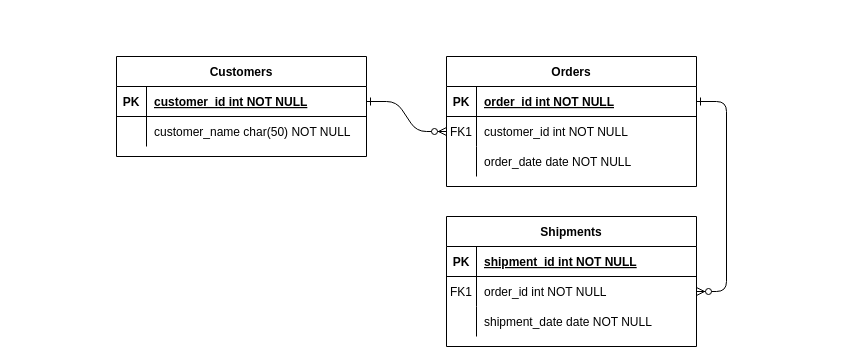
Before: Untitled Diagram.drawio in mkarkkainen/kyy, a draw.io diagram. Source tidied: cells renumbered, new cells numbered last; positions are measured from the earlier drawing's top-left corner, leaving out a move shared by most shapes. Both pictures are drawn from the tidied source at 100%, with x=0, y=0 at pixel (116, 56).
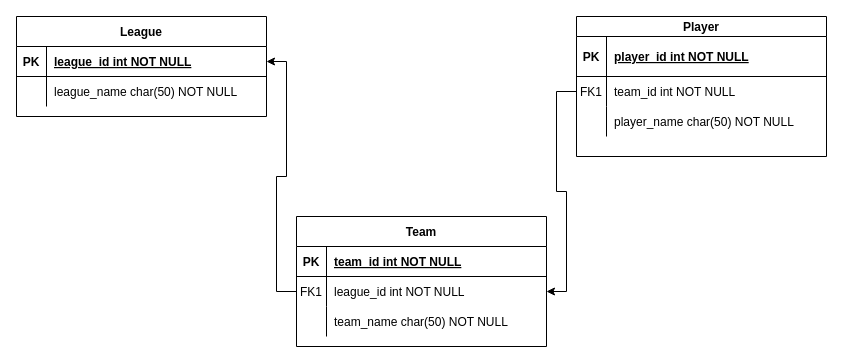
After the change.

The change refers to these unchanged cells:
```xml
<mxCell id="8" style="shape=partialRectangle;fillColor=none;points=[[0,0.5],[1,0.5]];portConstraint=eastwest;top=0;left=0;right=0;bottom=0;" parent="4" vertex="1">
  <mxGeometry y="60" width="250" height="30" as="geometry" />
</mxCell>
<mxCell id="11" style="shape=partialRectangle;fillColor=none;top=0;left=0;right=0;bottom=0;" parent="4" vertex="1">
  <mxGeometry y="90" width="250" height="30" as="geometry" />
</mxCell>
<mxCell id="15" style="shape=partialRectangle;fillColor=none;top=0;left=0;right=0;bottom=1;" parent="14" vertex="1">
  <mxGeometry y="30" width="250" height="30" as="geometry" />
</mxCell>
<mxCell id="18" style="shape=partialRectangle;fillColor=none;points=[[0,0.5],[1,0.5]];portConstraint=eastwest;top=0;left=0;right=0;bottom=0;" parent="14" vertex="1">
  <mxGeometry y="60" width="250" height="30" as="geometry" />
</mxCell>
<mxCell id="21" style="shape=partialRectangle;fillColor=none;top=0;left=0;right=0;bottom=0;" parent="14" vertex="1">
  <mxGeometry y="90" width="250" height="30" as="geometry" />
</mxCell>
```

The edit, as a diff of the source:
```diff
@@
-    <mxCell id="2" style="edgeStyle=entityRelationEdgeStyle;endArrow=ERzeroToMany;startArrow=ERone;endFill=1;startFill=0;" parent="1" edge="1" source="25" target="8">
-      <mxGeometry relative="1" as="geometry" />
-    </mxCell>
-    <mxCell id="3" style="edgeStyle=entityRelationEdgeStyle;endArrow=ERzeroToMany;startArrow=ERone;endFill=1;startFill=0;" parent="1" edge="1" source="5" target="18">
-      <mxGeometry relative="1" as="geometry" />
-    </mxCell>
-    <mxCell id="4" value="Orders" style="shape=table;startSize=30;childLayout=tableLayout;rowLines=0;fontStyle=1;align=center;" parent="1" vertex="1">
-      <mxGeometry x="330" width="250" height="130" as="geometry" />
+    <mxCell id="4" value="Player" style="shape=table;startSize=20;childLayout=tableLayout;rowLines=0;fontStyle=1;align=center;" parent="1" vertex="1">
+      <mxGeometry x="460" y="-40" width="250" height="140" as="geometry" />
     </mxCell>
     <mxCell id="5" style="shape=partialRectangle;fillColor=none;points=[[0,0.5],[1,0.5]];portConstraint=eastwest;top=0;left=0;right=0;bottom=1;" parent="4" vertex="1">
-      <mxGeometry y="30" width="250" height="30" as="geometry" />
+      <mxGeometry y="20" width="250" height="40" as="geometry" />
     </mxCell>
     <mxCell id="6" value="PK" style="shape=partialRectangle;overflow=hidden;fillColor=none;top=0;left=0;bottom=0;right=0;fontStyle=1;" parent="5" vertex="1">
-      <mxGeometry width="30" height="30" as="geometry" />
+      <mxGeometry width="30" height="40" as="geometry" />
     </mxCell>
-    <mxCell id="7" value="order_id int NOT NULL " style="shape=partialRectangle;overflow=hidden;fillColor=none;top=0;left=0;bottom=0;right=0;align=left;spacingLeft=6;fontStyle=5;" parent="5" vertex="1">
-      <mxGeometry x="30" width="220" height="30" as="geometry" />
+    <mxCell id="7" value="player_id int NOT NULL " style="shape=partialRectangle;overflow=hidden;fillColor=none;top=0;left=0;bottom=0;right=0;align=left;spacingLeft=6;fontStyle=5;" parent="5" vertex="1">
+      <mxGeometry x="30" width="220" height="40" as="geometry" />
     </mxCell>
@@
-    <mxCell id="10" value="customer_id int NOT NULL" style="shape=partialRectangle;overflow=hidden;fillColor=none;top=0;left=0;bottom=0;right=0;align=left;spacingLeft=6;" parent="8" vertex="1">
+    <mxCell id="10" value="team_id int NOT NULL" style="shape=partialRectangle;overflow=hidden;fillColor=none;top=0;left=0;bottom=0;right=0;align=left;spacingLeft=6;" parent="8" vertex="1">
       <mxGeometry x="30" width="220" height="30" as="geometry" />
     </mxCell>
@@
-    <mxCell id="13" value="order_date date NOT NULL" style="shape=partialRectangle;overflow=hidden;fillColor=none;top=0;left=0;bottom=0;right=0;align=left;spacingLeft=6;" parent="11" vertex="1">
+    <mxCell id="13" value="player_name char(50) NOT NULL" style="shape=partialRectangle;overflow=hidden;fillColor=none;top=0;left=0;bottom=0;right=0;align=left;spacingLeft=6;" parent="11" vertex="1">
       <mxGeometry x="30" width="220" height="30" as="geometry" />
     </mxCell>
+    <mxCell id="24" value="League" style="shape=table;startSize=30;childLayout=tableLayout;rowLines=0;fontStyle=1;align=center;" parent="1" vertex="1">
+      <mxGeometry x="-100" y="-40" width="250" height="100" as="geometry" />
+    </mxCell>
+    <mxCell id="25" style="shape=partialRectangle;fillColor=none;points=[[0,0.5],[1,0.5]];portConstraint=eastwest;top=0;left=0;right=0;bottom=1;" parent="24" vertex="1">
+      <mxGeometry y="30" width="250" height="30" as="geometry" />
+    </mxCell>
+    <mxCell id="26" value="PK" style="shape=partialRectangle;overflow=hidden;fillColor=none;top=0;left=0;bottom=0;right=0;fontStyle=1;" parent="25" vertex="1">
+      <mxGeometry width="30" height="30" as="geometry" />
+    </mxCell>
+    <mxCell id="27" value="league_id int NOT NULL " style="shape=partialRectangle;overflow=hidden;fillColor=none;top=0;left=0;bottom=0;right=0;align=left;spacingLeft=6;fontStyle=5;" parent="25" vertex="1">
+      <mxGeometry x="30" width="220" height="30" as="geometry" />
+    </mxCell>
+    <mxCell id="28" style="shape=partialRectangle;fillColor=none;top=0;left=0;right=0;bottom=0;" parent="24" vertex="1">
+      <mxGeometry y="60" width="250" height="30" as="geometry" />
+    </mxCell>
+    <mxCell id="29" style="shape=partialRectangle;overflow=hidden;fillColor=none;top=0;left=0;bottom=0;right=0;" parent="28" vertex="1">
+      <mxGeometry width="30" height="30" as="geometry" />
+    </mxCell>
+    <mxCell id="30" value="league_name char(50) NOT NULL" style="shape=partialRectangle;overflow=hidden;fillColor=none;top=0;left=0;bottom=0;right=0;align=left;spacingLeft=6;" parent="28" vertex="1">
+      <mxGeometry x="30" width="220" height="30" as="geometry" />
+    </mxCell>
+    <mxCell id="31" style="edgeStyle=orthogonalEdgeStyle;rounded=0;jettySize=auto;html=1;exitX=0;exitY=0.5;exitDx=0;exitDy=0;" parent="1" edge="1" source="8" target="18">
+      <mxGeometry relative="1" as="geometry" />
+    </mxCell>
+    <mxCell id="32" style="edgeStyle=orthogonalEdgeStyle;rounded=0;jettySize=auto;html=1;exitX=0;exitY=0.5;exitDx=0;exitDy=0;" parent="1" edge="1" source="18" target="25">
+      <mxGeometry relative="1" as="geometry" />
+    </mxCell>
-    <mxCell id="14" value="Shipments" style="shape=table;startSize=30;childLayout=tableLayout;rowLines=0;fontStyle=1;align=center;" parent="1" vertex="1">
-      <mxGeometry x="330" y="160" width="250" height="130" as="geometry" />
+    <mxCell id="14" value="Team" style="shape=table;startSize=30;childLayout=tableLayout;rowLines=0;fontStyle=1;align=center;" parent="1" vertex="1">
+      <mxGeometry x="180" y="160" width="250" height="130" as="geometry" />
     </mxCell>
@@
-    <mxCell id="17" value="shipment_id int NOT NULL " style="shape=partialRectangle;overflow=hidden;fillColor=none;top=0;left=0;bottom=0;right=0;align=left;spacingLeft=6;fontStyle=5;" parent="15" vertex="1">
+    <mxCell id="17" value="team_id int NOT NULL " style="shape=partialRectangle;overflow=hidden;fillColor=none;top=0;left=0;bottom=0;right=0;align=left;spacingLeft=6;fontStyle=5;" parent="15" vertex="1">
       <mxGeometry x="30" width="220" height="30" as="geometry" />
     </mxCell>
@@
-    <mxCell id="20" value="order_id int NOT NULL" style="shape=partialRectangle;overflow=hidden;fillColor=none;top=0;left=0;bottom=0;right=0;align=left;spacingLeft=6;" parent="18" vertex="1">
+    <mxCell id="20" value="league_id int NOT NULL" style="shape=partialRectangle;overflow=hidden;fillColor=none;top=0;left=0;bottom=0;right=0;align=left;spacingLeft=6;" parent="18" vertex="1">
       <mxGeometry x="30" width="220" height="30" as="geometry" />
     </mxCell>
@@
-    <mxCell id="23" value="shipment_date date NOT NULL" style="shape=partialRectangle;overflow=hidden;fillColor=none;top=0;left=0;bottom=0;right=0;align=left;spacingLeft=6;" parent="21" vertex="1">
+    <mxCell id="23" value="team_name char(50) NOT NULL" style="shape=partialRectangle;overflow=hidden;fillColor=none;top=0;left=0;bottom=0;right=0;align=left;spacingLeft=6;" parent="21" vertex="1">
       <mxGeometry x="30" width="220" height="30" as="geometry" />
     </mxCell>
-    <mxCell id="24" value="Customers" style="shape=table;startSize=30;childLayout=tableLayout;rowLines=0;fontStyle=1;align=center;" parent="1" vertex="1">
-      <mxGeometry width="250" height="100" as="geometry" />
-    </mxCell>
-    <mxCell id="25" style="shape=partialRectangle;fillColor=none;points=[[0,0.5],[1,0.5]];portConstraint=eastwest;top=0;left=0;right=0;bottom=1;" parent="24" vertex="1">
-      <mxGeometry y="30" width="250" height="30" as="geometry" />
-    </mxCell>
-    <mxCell id="26" value="PK" style="shape=partialRectangle;overflow=hidden;fillColor=none;top=0;left=0;bottom=0;right=0;fontStyle=1;" parent="25" vertex="1">
-      <mxGeometry width="30" height="30" as="geometry" />
-    </mxCell>
-    <mxCell id="27" value="customer_id int NOT NULL " style="shape=partialRectangle;overflow=hidden;fillColor=none;top=0;left=0;bottom=0;right=0;align=left;spacingLeft=6;fontStyle=5;" parent="25" vertex="1">
-      <mxGeometry x="30" width="220" height="30" as="geometry" />
-    </mxCell>
-    <mxCell id="28" style="shape=partialRectangle;fillColor=none;top=0;left=0;right=0;bottom=0;" parent="24" vertex="1">
-      <mxGeometry y="60" width="250" height="30" as="geometry" />
-    </mxCell>
-    <mxCell id="29" style="shape=partialRectangle;overflow=hidden;fillColor=none;top=0;left=0;bottom=0;right=0;" parent="28" vertex="1">
-      <mxGeometry width="30" height="30" as="geometry" />
-    </mxCell>
-    <mxCell id="30" value="customer_name char(50) NOT NULL" style="shape=partialRectangle;overflow=hidden;fillColor=none;top=0;left=0;bottom=0;right=0;align=left;spacingLeft=6;" parent="28" vertex="1">
-      <mxGeometry x="30" width="220" height="30" as="geometry" />
-    </mxCell>
```
